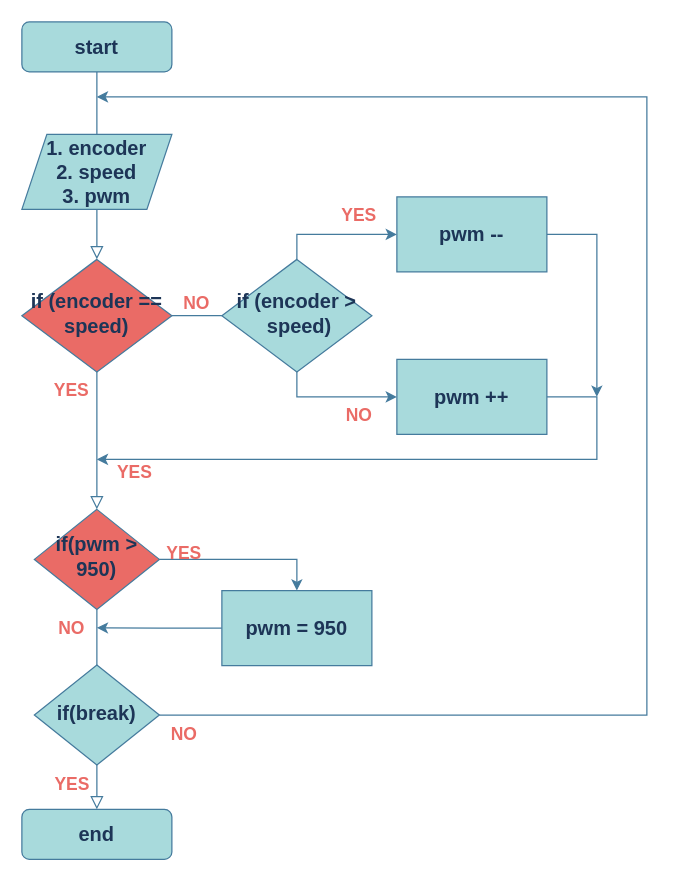
This is constantSpeed.drawio from tubtrbE/stm32_RTOS, a draw.io file, before an edit. Source tidied: cells renumbered, new cells numbered last; positions are measured from the earlier drawing's top-left corner, leaving out a move shared by most shapes. Both pictures are drawn from the tidied source at 125%, with x=0, y=0 at pixel (21, 21).
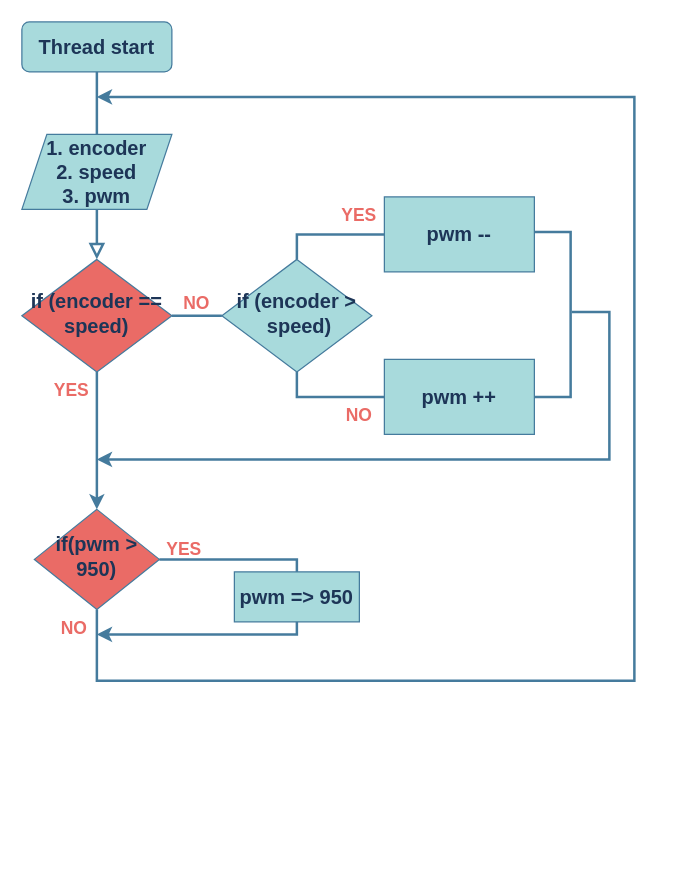
The same page after the edit.

Unchanged cells that the change refers to:
```xml
<mxCell id="5" value="if (encoder == speed)" style="rhombus;whiteSpace=wrap;html=1;shadow=0;fontFamily=Helvetica;fontSize=16;align=center;strokeWidth=1;spacing=6;spacingTop=-4;fillColor=#EA6B66;strokeColor=#457B9D;fontColor=#1D3557;fontStyle=1;" parent="1" vertex="1">
  <mxGeometry y="190" width="120" height="90" as="geometry" />
</mxCell>
<mxCell id="8" value="if(pwm &amp;gt; 950)" style="rhombus;whiteSpace=wrap;html=1;shadow=0;fontFamily=Helvetica;fontSize=16;align=center;strokeWidth=1;spacing=6;spacingTop=-4;fillColor=#EA6B66;strokeColor=#457B9D;fontColor=#1D3557;fontStyle=1;" parent="1" vertex="1">
  <mxGeometry x="10" y="390" width="100" height="80" as="geometry" />
</mxCell>
<mxCell id="10" value="1. encoder&lt;br style=&quot;font-size: 16px;&quot;&gt;2. speed&lt;br style=&quot;font-size: 16px;&quot;&gt;3. pwm&lt;br style=&quot;font-size: 16px;&quot;&gt;" style="shape=parallelogram;perimeter=parallelogramPerimeter;whiteSpace=wrap;html=1;fixedSize=1;fillColor=#A8DADC;strokeColor=#457B9D;fontColor=#1D3557;fontStyle=1;fontSize=16;" parent="1" vertex="1">
  <mxGeometry y="90" width="120" height="60" as="geometry" />
</mxCell>
<mxCell id="14" value="if (encoder &amp;gt;&lt;br style=&quot;font-size: 16px;&quot;&gt;&amp;nbsp;speed)" style="rhombus;whiteSpace=wrap;html=1;shadow=0;fontFamily=Helvetica;fontSize=16;align=center;strokeWidth=1;spacing=6;spacingTop=-4;fillColor=#A8DADC;strokeColor=#457B9D;fontColor=#1D3557;fontStyle=1;" parent="1" vertex="1">
  <mxGeometry x="160" y="190" width="120" height="90" as="geometry" />
</mxCell>
```

What changed in the source:
```diff
@@
-    <mxCell id="2" style="rounded=0;html=1;jettySize=auto;fontSize=11;endArrow=block;endFill=0;endSize=8;strokeWidth=1;shadow=0;labelBackgroundColor=none;edgeStyle=orthogonalEdgeStyle;startArrow=none;strokeColor=#457B9D;fontColor=#1D3557;" parent="1" edge="1" source="10" target="5">
+    <mxCell id="2" style="rounded=0;html=1;jettySize=auto;fontSize=11;endArrow=block;endFill=0;endSize=8;strokeWidth=2;shadow=0;labelBackgroundColor=none;edgeStyle=orthogonalEdgeStyle;startArrow=none;strokeColor=#457B9D;fontColor=#1D3557;" parent="1" edge="1" source="10" target="5">
       <mxGeometry relative="1" as="geometry" />
     </mxCell>
-    <mxCell id="3" value="start" style="rounded=1;whiteSpace=wrap;html=1;fontSize=16;glass=0;strokeWidth=1;shadow=0;fillColor=#A8DADC;strokeColor=#457B9D;fontColor=#1D3557;fontStyle=1;" parent="1" vertex="1">
+    <mxCell id="3" value="Thread start" style="rounded=1;whiteSpace=wrap;html=1;fontSize=16;glass=0;strokeWidth=1;shadow=0;fillColor=#A8DADC;strokeColor=#457B9D;fontColor=#1D3557;fontStyle=1;" parent="1" vertex="1">
       <mxGeometry width="120" height="40" as="geometry" />
     </mxCell>
-    <mxCell id="4" value="YES" style="rounded=0;html=1;jettySize=auto;fontSize=14;endArrow=block;endFill=0;endSize=8;strokeWidth=1;shadow=0;labelBackgroundColor=none;edgeStyle=orthogonalEdgeStyle;strokeColor=#457B9D;fontColor=#EA6B66;fontStyle=1;" parent="1" edge="1" source="5" target="8">
-      <mxGeometry x="0.45" y="30" relative="1" as="geometry" />
+    <mxCell id="4" style="edgeStyle=orthogonalEdgeStyle;rounded=0;jettySize=auto;html=1;entryX=0.5;entryY=0;entryDx=0;entryDy=0;strokeColor=#457B9D;strokeWidth=2;" parent="1" edge="1" source="5" target="8">
+      <mxGeometry relative="1" as="geometry" />
     </mxCell>
@@
-    <mxCell id="6" value="YES" style="rounded=0;html=1;jettySize=auto;fontSize=14;endArrow=block;endFill=0;endSize=8;strokeWidth=1;shadow=0;labelBackgroundColor=none;edgeStyle=orthogonalEdgeStyle;strokeColor=#457B9D;fontColor=#EA6B66;fontStyle=1;" parent="1" edge="1" source="8" target="9">
-      <mxGeometry x="0.75" y="-20" relative="1" as="geometry" />
-    </mxCell>
-    <mxCell id="7" style="edgeStyle=orthogonalEdgeStyle;rounded=0;sketch=0;jettySize=auto;html=1;shadow=0;endFill=1;entryX=0.5;entryY=0;entryDx=0;entryDy=0;strokeColor=#457B9D;fontColor=#1D3557;labelBackgroundColor=#F1FAEE;" parent="1" edge="1" source="8" target="21">
-      <mxGeometry relative="1" as="geometry" />
+    <mxCell id="7" style="edgeStyle=orthogonalEdgeStyle;rounded=0;sketch=0;jettySize=auto;html=1;shadow=0;endFill=1;strokeColor=#457B9D;fontColor=#1D3557;labelBackgroundColor=#F1FAEE;strokeWidth=2;" parent="1" edge="1" source="8">
+      <mxGeometry relative="1" as="geometry">
+        <mxPoint x="60" y="490" as="targetPoint" />
+        <Array as="points">
+          <mxPoint x="220" y="430" />
+          <mxPoint x="220" y="490" />
+        </Array>
+      </mxGeometry>
     </mxCell>
@@
-    <mxCell id="9" value="end" style="rounded=1;whiteSpace=wrap;html=1;fontSize=16;glass=0;strokeWidth=1;shadow=0;fillColor=#A8DADC;strokeColor=#457B9D;fontColor=#1D3557;fontStyle=1;" parent="1" vertex="1">
-      <mxGeometry y="630" width="120" height="40" as="geometry" />
-    </mxCell>
@@
-    <mxCell id="11" style="rounded=0;html=1;jettySize=auto;fontSize=11;endArrow=none;endFill=0;endSize=8;strokeWidth=1;shadow=0;labelBackgroundColor=none;edgeStyle=orthogonalEdgeStyle;strokeColor=#457B9D;fontColor=#1D3557;" parent="1" edge="1" source="3" target="10">
+    <mxCell id="11" style="rounded=0;html=1;jettySize=auto;fontSize=11;endArrow=none;endFill=0;endSize=8;strokeWidth=2;shadow=0;labelBackgroundColor=none;edgeStyle=orthogonalEdgeStyle;strokeColor=#457B9D;fontColor=#1D3557;" parent="1" edge="1" source="3" target="10">
       <mxGeometry relative="1" as="geometry" />
     </mxCell>
-    <mxCell id="12" style="edgeStyle=orthogonalEdgeStyle;rounded=0;jettySize=auto;html=1;entryX=0;entryY=0.5;entryDx=0;entryDy=0;strokeColor=#457B9D;fontColor=#1D3557;labelBackgroundColor=#F1FAEE;" parent="1" edge="1" source="14">
-      <mxGeometry relative="1" as="geometry">
-        <mxPoint x="300" y="300" as="targetPoint" />
-        <Array as="points">
-          <mxPoint x="220" y="300" />
-        </Array>
-      </mxGeometry>
-    </mxCell>
-    <mxCell id="13" style="edgeStyle=orthogonalEdgeStyle;rounded=0;sketch=0;jettySize=auto;html=1;shadow=0;endFill=1;entryX=0;entryY=0.5;entryDx=0;entryDy=0;strokeColor=#457B9D;fontColor=#1D3557;labelBackgroundColor=#F1FAEE;" parent="1" edge="1" source="14" target="19">
-      <mxGeometry relative="1" as="geometry">
-        <Array as="points">
-          <mxPoint x="220" y="170" />
-        </Array>
-      </mxGeometry>
-    </mxCell>
@@
-    <mxCell id="15" style="edgeStyle=orthogonalEdgeStyle;rounded=0;html=1;jettySize=auto;fontSize=11;endArrow=none;endFill=0;endSize=8;strokeWidth=1;shadow=0;labelBackgroundColor=none;strokeColor=#457B9D;fontColor=#1D3557;" parent="1" edge="1" source="5" target="14">
+    <mxCell id="15" style="edgeStyle=orthogonalEdgeStyle;rounded=0;html=1;jettySize=auto;fontSize=11;endArrow=none;endFill=0;endSize=8;strokeWidth=2;shadow=0;labelBackgroundColor=none;strokeColor=#457B9D;fontColor=#1D3557;" parent="1" edge="1" source="5" target="14">
       <mxGeometry y="10" relative="1" as="geometry" />
     </mxCell>
-    <mxCell id="16" style="edgeStyle=orthogonalEdgeStyle;rounded=0;jettySize=auto;html=1;strokeColor=#457B9D;fontColor=#1D3557;labelBackgroundColor=#F1FAEE;" parent="1" edge="1" source="17">
-      <mxGeometry relative="1" as="geometry">
-        <mxPoint x="60" y="350" as="targetPoint" />
-        <Array as="points">
-          <mxPoint x="460" y="300" />
-          <mxPoint x="460" y="350" />
-        </Array>
-      </mxGeometry>
-    </mxCell>
     <mxCell id="17" value="pwm ++" style="rounded=0;whiteSpace=wrap;html=1;fillColor=#A8DADC;strokeColor=#457B9D;fontColor=#1D3557;fontStyle=1;fontSize=16;" parent="1" vertex="1">
-      <mxGeometry x="300" y="270" width="120" height="60" as="geometry" />
+      <mxGeometry x="290" y="270" width="120" height="60" as="geometry" />
     </mxCell>
-    <mxCell id="18" style="edgeStyle=orthogonalEdgeStyle;rounded=0;jettySize=auto;html=1;strokeColor=#457B9D;fontColor=#1D3557;labelBackgroundColor=#F1FAEE;" parent="1" edge="1" source="19">
-      <mxGeometry relative="1" as="geometry">
-        <mxPoint x="460" y="300" as="targetPoint" />
-        <Array as="points">
-          <mxPoint x="460" y="170" />
-          <mxPoint x="460" y="300" />
-        </Array>
-      </mxGeometry>
-    </mxCell>
     <mxCell id="19" value="pwm --" style="rounded=0;whiteSpace=wrap;html=1;fillColor=#A8DADC;strokeColor=#457B9D;fontColor=#1D3557;fontStyle=1;fontSize=16;" parent="1" vertex="1">
-      <mxGeometry x="300" y="140" width="120" height="60" as="geometry" />
+      <mxGeometry x="290" y="140" width="120" height="60" as="geometry" />
     </mxCell>
-    <mxCell id="20" style="edgeStyle=orthogonalEdgeStyle;rounded=0;sketch=0;jettySize=auto;html=1;exitX=0;exitY=0.5;exitDx=0;exitDy=0;shadow=0;endFill=1;strokeColor=#457B9D;fontColor=#1D3557;labelBackgroundColor=#F1FAEE;" parent="1" edge="1" source="21">
-      <mxGeometry relative="1" as="geometry">
-        <mxPoint x="60" y="484.8" as="targetPoint" />
-      </mxGeometry>
-    </mxCell>
-    <mxCell id="21" value="pwm = 950" style="rounded=0;whiteSpace=wrap;html=1;fillColor=#A8DADC;strokeColor=#457B9D;fontColor=#1D3557;fontStyle=1;fontSize=16;" parent="1" vertex="1">
-      <mxGeometry x="160" y="455" width="120" height="60" as="geometry" />
+    <mxCell id="21" value="pwm =&amp;gt; 950" style="rounded=0;whiteSpace=wrap;html=1;fillColor=#A8DADC;strokeColor=#457B9D;fontColor=#1D3557;fontStyle=1;fontSize=16;" parent="1" vertex="1">
+      <mxGeometry x="170" y="440" width="100" height="40" as="geometry" />
     </mxCell>
@@
+    <mxCell id="24" style="edgeStyle=orthogonalEdgeStyle;rounded=0;sketch=0;jettySize=auto;html=1;shadow=0;endFill=1;strokeColor=#457B9D;fontColor=#1D3557;labelBackgroundColor=#F1FAEE;exitX=0.5;exitY=1;exitDx=0;exitDy=0;strokeWidth=2;" parent="1" edge="1" source="8">
+      <mxGeometry relative="1" as="geometry">
+        <mxPoint x="60" y="60" as="targetPoint" />
+        <Array as="points">
+          <mxPoint x="60" y="527" />
+          <mxPoint x="490" y="527" />
+          <mxPoint x="490" y="60" />
+        </Array>
+      </mxGeometry>
+    </mxCell>
+    <mxCell id="29" value="YES" style="text;html=1;strokeColor=none;fillColor=none;align=center;verticalAlign=middle;whiteSpace=wrap;rounded=0;fontColor=#EA6B66;fontStyle=1;fontSize=14;" parent="1" vertex="1">
+      <mxGeometry x="100" y="407" width="60" height="30" as="geometry" />
+    </mxCell>
+    <mxCell id="31" style="edgeStyle=orthogonalEdgeStyle;rounded=0;sketch=0;orthogonalLoop=1;jettySize=auto;html=1;exitX=0.5;exitY=1;exitDx=0;exitDy=0;shadow=0;endFill=1;strokeColor=#457B9D;fontColor=#1D3557;labelBackgroundColor=#F1FAEE;" parent="1" edge="1">
+      <mxGeometry relative="1" as="geometry">
+        <mxPoint x="130" y="585" as="sourcePoint" />
+        <mxPoint x="130" y="585" as="targetPoint" />
+      </mxGeometry>
+    </mxCell>
+    <mxCell id="32" style="strokeWidth=2;html=1;shape=mxgraph.flowchart.annotation_1;align=left;rotation=-180;strokeColor=#457B9D;" parent="1" vertex="1">
+      <mxGeometry x="410" y="168" width="29" height="132" as="geometry" />
+    </mxCell>
+    <mxCell id="33" style="endArrow=none;html=1;rounded=0;entryX=0.5;entryY=1;entryDx=0;entryDy=0;strokeColor=#457B9D;strokeWidth=2;" parent="1" edge="1" target="14">
+      <mxGeometry relative="1" as="geometry">
+        <mxPoint x="290" y="300" as="sourcePoint" />
+        <Array as="points">
+          <mxPoint x="220" y="300" />
+        </Array>
+      </mxGeometry>
+    </mxCell>
+    <mxCell id="13" style="endArrow=none;html=1;rounded=0;entryX=0;entryY=0.5;entryDx=0;entryDy=0;exitX=0.5;exitY=0;exitDx=0;exitDy=0;strokeColor=#457B9D;strokeWidth=2;" parent="1" edge="1" source="14" target="19">
+      <mxGeometry relative="1" as="geometry">
+        <Array as="points">
+          <mxPoint x="220" y="170" />
+        </Array>
+      </mxGeometry>
+    </mxCell>
@@
-    <mxCell id="24" style="edgeStyle=orthogonalEdgeStyle;rounded=0;sketch=0;jettySize=auto;html=1;shadow=0;endFill=1;strokeColor=#457B9D;fontColor=#1D3557;labelBackgroundColor=#F1FAEE;" parent="1" edge="1" source="25">
-      <mxGeometry relative="1" as="geometry">
-        <mxPoint x="60" y="60" as="targetPoint" />
-        <Array as="points">
-          <mxPoint x="500" y="554" />
-          <mxPoint x="500" y="60" />
-        </Array>
-      </mxGeometry>
-    </mxCell>
-    <mxCell id="25" value="if(break)" style="rhombus;whiteSpace=wrap;html=1;shadow=0;fontFamily=Helvetica;fontSize=16;align=center;strokeWidth=1;spacing=6;spacingTop=-4;fillColor=#A8DADC;strokeColor=#457B9D;fontColor=#1D3557;fontStyle=1;" parent="1" vertex="1">
-      <mxGeometry x="10" y="514.5" width="100" height="80" as="geometry" />
-    </mxCell>
-    <mxCell id="26" value="NO" style="text;html=1;strokeColor=none;fillColor=none;align=center;verticalAlign=middle;whiteSpace=wrap;rounded=0;fontColor=#EA6B66;fontStyle=1;fontSize=14;" parent="1" vertex="1">
-      <mxGeometry x="100" y="555" width="60" height="30" as="geometry" />
-    </mxCell>
+    <mxCell id="34" style="endArrow=classic;html=1;rounded=0;strokeColor=#457B9D;strokeWidth=2;" parent="1" edge="1">
+      <mxGeometry relative="1" as="geometry">
+        <mxPoint x="440" y="232" as="sourcePoint" />
+        <mxPoint x="60" y="350" as="targetPoint" />
+        <Array as="points">
+          <mxPoint x="470" y="232" />
+          <mxPoint x="470" y="350" />
+        </Array>
+      </mxGeometry>
+    </mxCell>
+    <mxCell id="35" value="NO" style="text;html=1;strokeColor=none;fillColor=none;align=center;verticalAlign=middle;whiteSpace=wrap;rounded=0;fontColor=#EA6B66;fontStyle=1;fontSize=14;" parent="1" vertex="1">
+      <mxGeometry x="12" y="470" width="60" height="30" as="geometry" />
+    </mxCell>
@@
-    <mxCell id="29" value="YES" style="text;html=1;strokeColor=none;fillColor=none;align=center;verticalAlign=middle;whiteSpace=wrap;rounded=0;fontColor=#EA6B66;fontStyle=1;fontSize=14;" parent="1" vertex="1">
-      <mxGeometry x="100" y="410" width="60" height="30" as="geometry" />
-    </mxCell>
-    <mxCell id="30" value="NO" style="text;html=1;strokeColor=none;fillColor=none;align=center;verticalAlign=middle;whiteSpace=wrap;rounded=0;fontColor=#EA6B66;fontStyle=1;fontSize=14;" parent="1" vertex="1">
-      <mxGeometry x="10" y="470" width="60" height="30" as="geometry" />
-    </mxCell>
-    <mxCell id="31" style="edgeStyle=orthogonalEdgeStyle;rounded=0;sketch=0;orthogonalLoop=1;jettySize=auto;html=1;exitX=0.5;exitY=1;exitDx=0;exitDy=0;shadow=0;endFill=1;strokeColor=#457B9D;fontColor=#1D3557;labelBackgroundColor=#F1FAEE;" parent="1" edge="1" source="26" target="26">
-      <mxGeometry relative="1" as="geometry" />
-    </mxCell>
```
